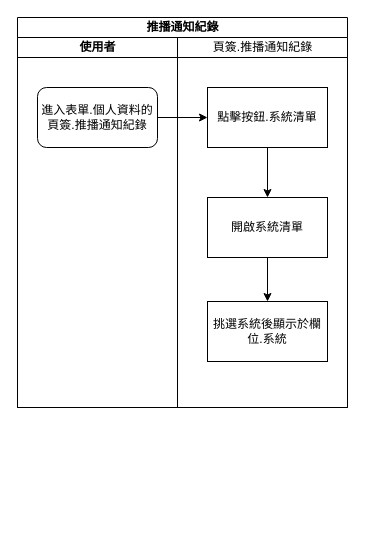
The draw.io diagram page "設定過濾條件.系統" (2 of 12) of 8.10.0/UPDATE/ITEM_2/RTE/diagram/個人資料.drawio in ArcareRD/sadocs, before the edit. Source tidied: cells renumbered, new cells numbered last; positions are measured from the earlier drawing's top-left corner, leaving out a move shared by most shapes. Both pictures are drawn from the tidied source at 100%, with x=0, y=0 at pixel (17, 17).
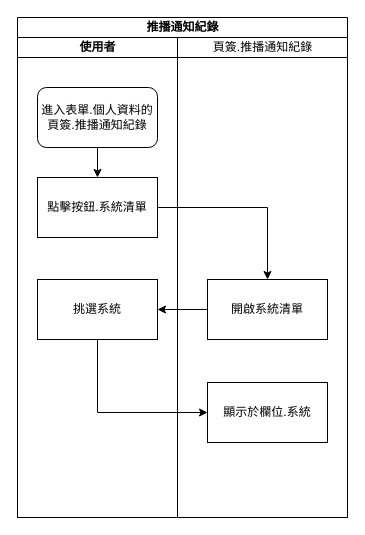
Above is the later version.

What changed in the source:
```diff
@@
 <mxGraphModel>
   <root>
     <mxCell id="0" />
     <mxCell id="1" parent="0" />
     <mxCell id="2" value="推播通知紀錄" style="swimlane;html=1;startSize=20;" parent="1" vertex="1">
-      <mxGeometry width="330" height="390" as="geometry" />
+      <mxGeometry width="330" height="500" as="geometry" />
     </mxCell>
     <mxCell id="3" value="使用者" style="swimlane;html=1;startSize=20;" parent="2" vertex="1">
-      <mxGeometry y="20" width="160" height="370" as="geometry" />
+      <mxGeometry y="20" width="160" height="480" as="geometry" />
     </mxCell>
+    <mxCell id="6" value="挑選系統" style="rounded=0;whiteSpace=wrap;html=1;" parent="3" vertex="1">
+      <mxGeometry x="20" y="242" width="120" height="60" as="geometry" />
+    </mxCell>
     <mxCell id="4" value="進入表單.個人資料的頁簽.推播通知紀錄" style="rounded=1;whiteSpace=wrap;html=1;" parent="3" vertex="1">
       <mxGeometry x="20" y="50" width="120" height="60" as="geometry" />
     </mxCell>
+    <mxCell id="11" style="edgeStyle=orthogonalEdgeStyle;rounded=0;jettySize=auto;html=1;entryX=0.5;entryY=0;entryDx=0;entryDy=0;" parent="3" edge="1" source="4" target="10">
+      <mxGeometry relative="1" as="geometry" />
+    </mxCell>
+    <mxCell id="10" value="點擊按鈕.系統清單" style="rounded=0;whiteSpace=wrap;html=1;" parent="3" vertex="1">
+      <mxGeometry x="20" y="140" width="120" height="60" as="geometry" />
+    </mxCell>
     <mxCell id="5" value="&lt;span style=&quot;font-weight: 400&quot;&gt;頁簽.推播通知紀錄&lt;/span&gt;" style="swimlane;html=1;startSize=20;" parent="2" vertex="1">
-      <mxGeometry x="160" y="20" width="170" height="370" as="geometry" />
+      <mxGeometry x="160" y="20" width="170" height="480" as="geometry" />
     </mxCell>
-    <mxCell id="6" value="挑選系統後顯示於欄位.系統" style="rounded=0;whiteSpace=wrap;html=1;" parent="5" vertex="1">
-      <mxGeometry x="30" y="264" width="120" height="60" as="geometry" />
-    </mxCell>
+    <mxCell id="12" value="&lt;span&gt;顯示於欄位.系統&lt;/span&gt;" style="whiteSpace=wrap;html=1;rounded=0;" parent="5" vertex="1">
+      <mxGeometry x="30" y="345" width="120" height="60" as="geometry" />
+    </mxCell>
+    <mxCell id="8" value="開啟系統清單" style="rounded=0;whiteSpace=wrap;html=1;" parent="5" vertex="1">
+      <mxGeometry x="30" y="242" width="120" height="60" as="geometry" />
+    </mxCell>
-    <mxCell id="7" style="edgeStyle=orthogonalEdgeStyle;rounded=0;jettySize=auto;html=1;" parent="5" edge="1" source="8" target="6">
+    <mxCell id="7" style="edgeStyle=orthogonalEdgeStyle;rounded=0;jettySize=auto;html=1;" parent="2" edge="1" source="8" target="6">
       <mxGeometry relative="1" as="geometry" />
     </mxCell>
-    <mxCell id="8" value="開啟系統清單" style="rounded=0;whiteSpace=wrap;html=1;" parent="5" vertex="1">
-      <mxGeometry x="30" y="160" width="120" height="60" as="geometry" />
-    </mxCell>
+    <mxCell id="13" style="edgeStyle=orthogonalEdgeStyle;rounded=0;jettySize=auto;html=1;exitX=0.5;exitY=1;exitDx=0;exitDy=0;entryX=0;entryY=0.5;entryDx=0;entryDy=0;" parent="2" edge="1" source="6" target="12">
+      <mxGeometry relative="1" as="geometry" />
+    </mxCell>
-    <mxCell id="9" style="edgeStyle=orthogonalEdgeStyle;rounded=0;jettySize=auto;html=1;entryX=0.5;entryY=0;entryDx=0;entryDy=0;" parent="5" edge="1" source="10" target="8">
+    <mxCell id="9" style="edgeStyle=orthogonalEdgeStyle;rounded=0;jettySize=auto;html=1;entryX=0.5;entryY=0;entryDx=0;entryDy=0;" parent="2" edge="1" source="10" target="8">
       <mxGeometry relative="1" as="geometry" />
     </mxCell>
-    <mxCell id="10" value="點擊按鈕.系統清單" style="rounded=0;whiteSpace=wrap;html=1;" parent="5" vertex="1">
-      <mxGeometry x="30" y="50" width="120" height="60" as="geometry" />
-    </mxCell>
-    <mxCell id="11" style="edgeStyle=orthogonalEdgeStyle;rounded=0;jettySize=auto;html=1;entryX=0;entryY=0.5;entryDx=0;entryDy=0;" parent="2" edge="1" source="4" target="10">
-      <mxGeometry relative="1" as="geometry" />
-    </mxCell>
   </root>
 </mxGraphModel>
```
